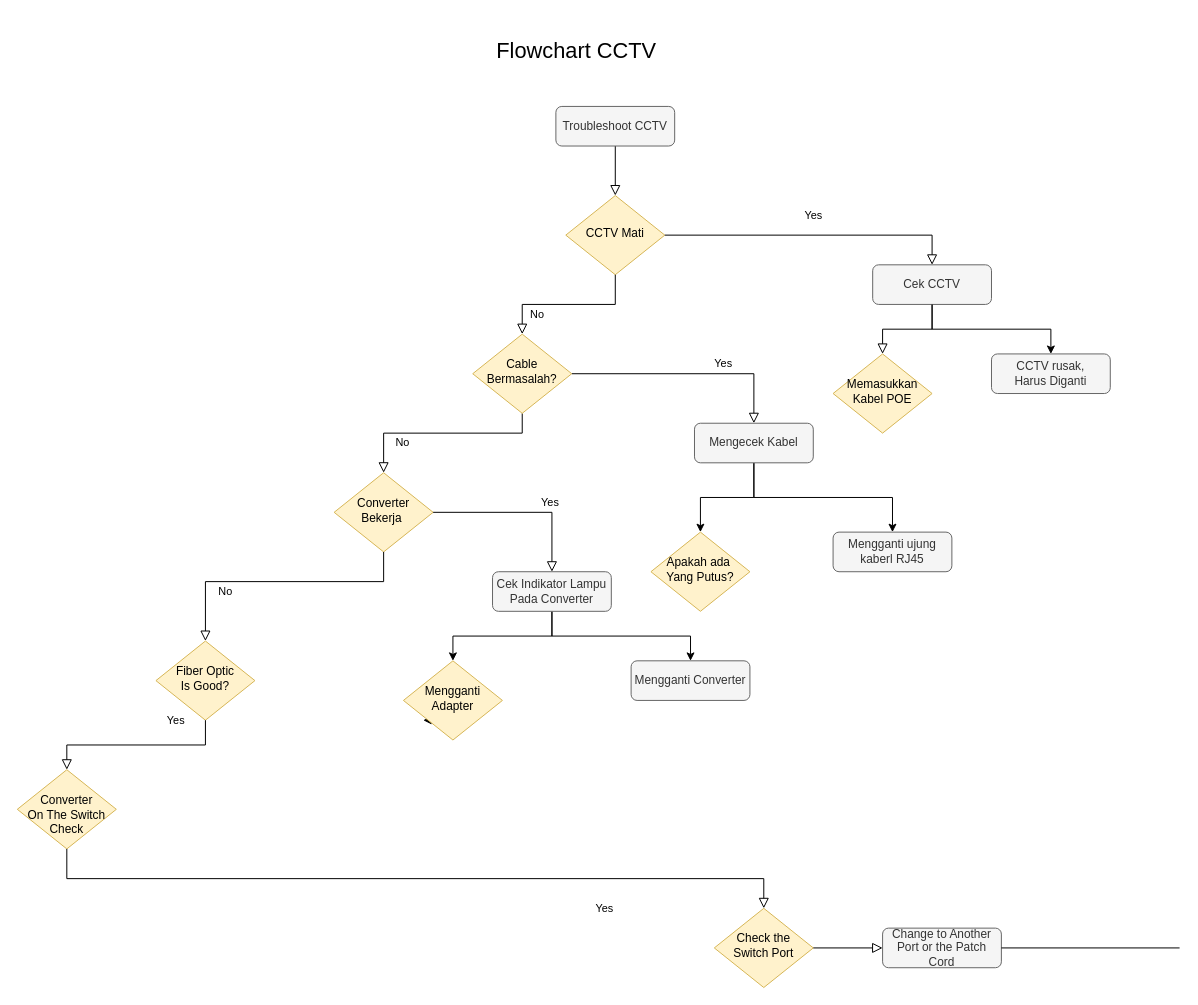
Before: Untitled Diagram.drawio in ivietwill/ujian, a draw.io diagram. Source tidied: cells renumbered, new cells numbered last; positions are measured from the earlier drawing's top-left corner, leaving out a move shared by most shapes. Both pictures are drawn from the tidied source at 99%, with x=0, y=0 at pixel (17, 17).
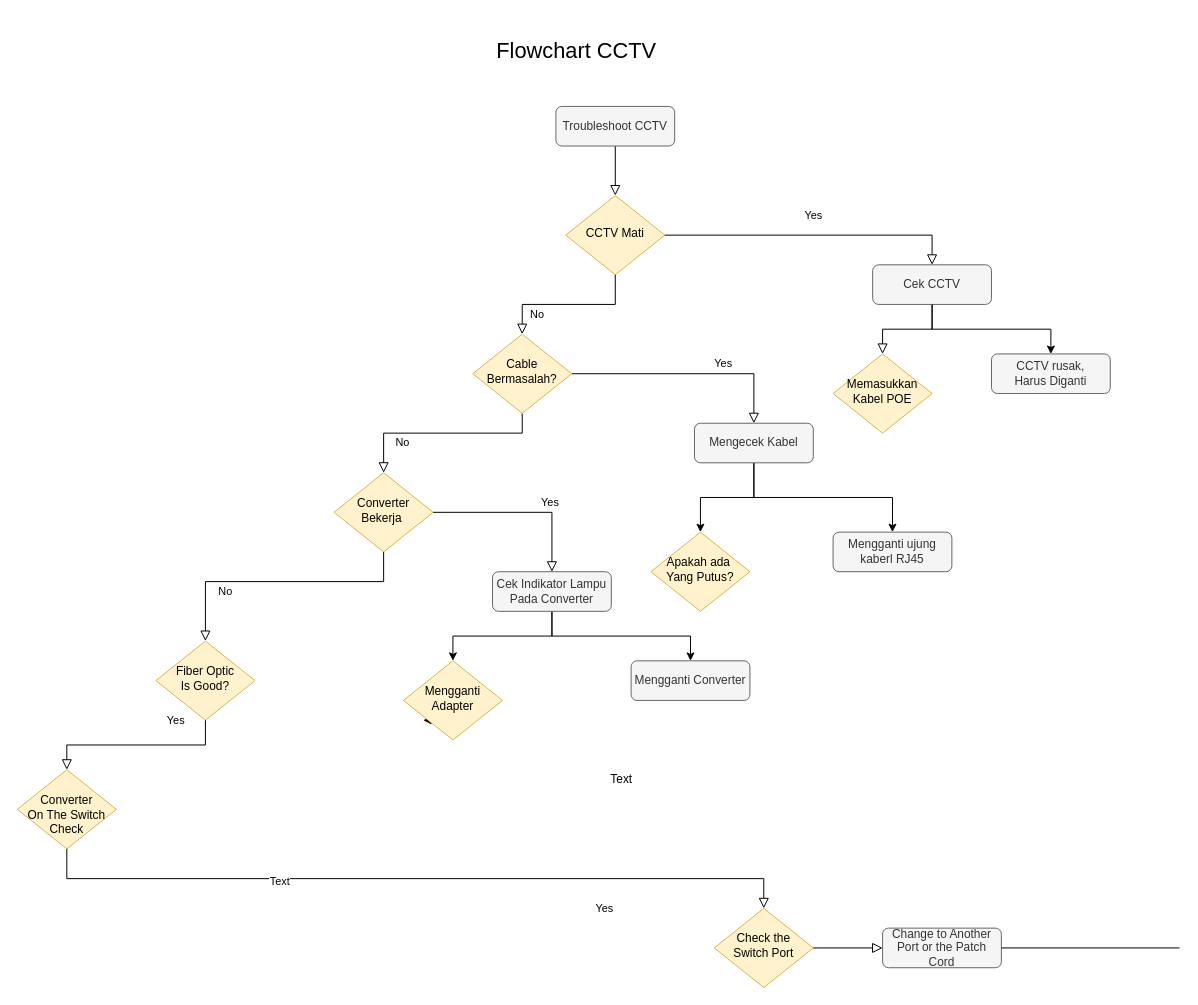
The same page after the edit.

Unchanged cells that the change refers to:
```xml
<mxCell id="18" value="Yes" style="edgeStyle=orthogonalEdgeStyle;rounded=0;html=1;jettySize=auto;fontSize=11;endArrow=block;endFill=0;endSize=8;strokeWidth=1;shadow=0;labelBackgroundColor=none;entryX=0.5;entryY=0;entryDx=0;entryDy=0;exitX=0.5;exitY=1;exitDx=0;exitDy=0;" parent="1" edge="1" source="16" target="17">
  <mxGeometry x="0.5" y="-30" relative="1" as="geometry" />
</mxCell>
```

Diff of the diagram source:
```diff
@@
+    <mxCell id="38" value="Text" style="edgeLabel;html=1;align=center;verticalAlign=middle;" parent="18" vertex="1">
+      <mxGeometry x="-0.36" y="-2" relative="1" as="geometry" />
+    </mxCell>
@@
+    <mxCell id="39" value="Text" style="text;html=1;align=center;verticalAlign=middle;strokeColor=none;" parent="1" vertex="1">
+      <mxGeometry x="590" y="760" width="40" height="20" as="geometry" />
+    </mxCell>
```
